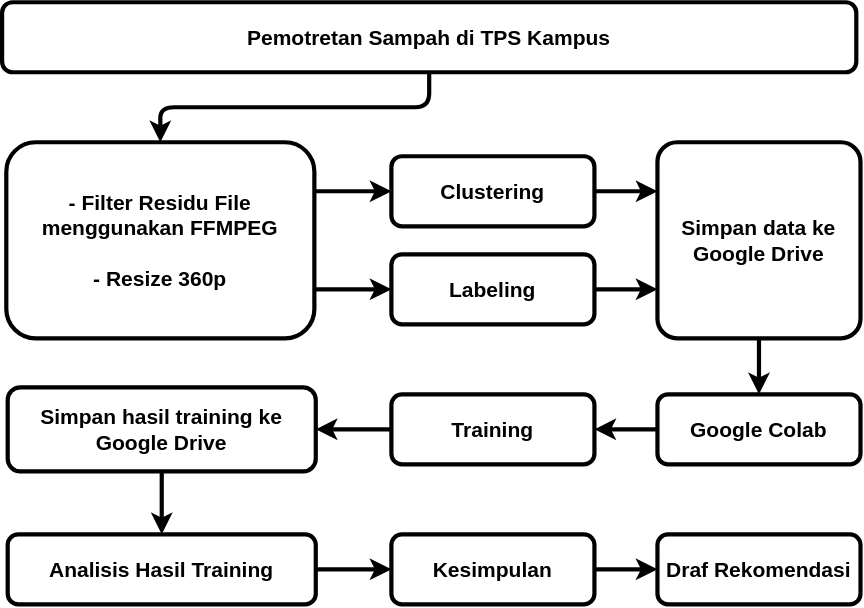
Above: planning/plan.svg in syukrillah0108/Pemilahan-Sampah (draw.io), before the change. Source tidied: cells renumbered, new cells last; positions are measured from the earlier drawing's top-left corner, leaving out a move shared by most shapes.
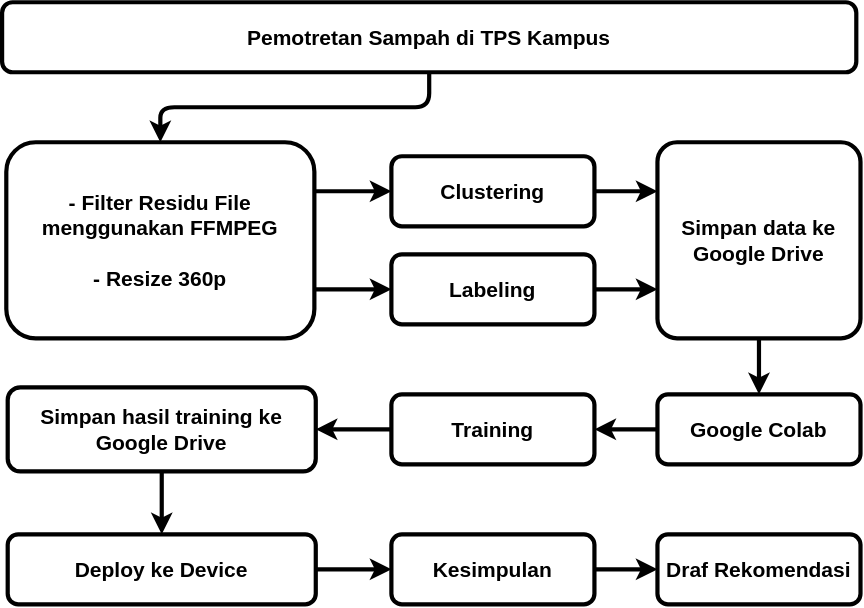
Above is the later version.

Commit message:
Refactor code structure for improved readability and maintainability

Diff of the diagram source:
```diff
@@ -50,7 +50,7 @@
     <mxCell id="17" style="edgeStyle=none;html=1;entryX=1;entryY=0.5;entryDx=0;entryDy=0;strokeWidth=3;exitX=0;exitY=0.5;exitDx=0;exitDy=0;" parent="1" edge="1" source="14" target="16">
       <mxGeometry relative="1" as="geometry" />
     </mxCell>
-    <mxCell id="18" value="Analisis Hasil Training" style="rounded=1;whiteSpace=wrap;html=1;fontStyle=1;fontSize=15;strokeWidth=3;" parent="1" vertex="1">
+    <mxCell id="18" value="Deploy ke Device" style="rounded=1;whiteSpace=wrap;html=1;fontStyle=1;fontSize=15;strokeWidth=3;" parent="1" vertex="1">
       <mxGeometry x="4" y="380" width="220" height="50" as="geometry" />
     </mxCell>
     <mxCell id="19" style="edgeStyle=none;html=1;entryX=0.5;entryY=0;entryDx=0;entryDy=0;strokeWidth=3;exitX=0.5;exitY=1;exitDx=0;exitDy=0;" parent="1" edge="1" source="16" target="18">
```
